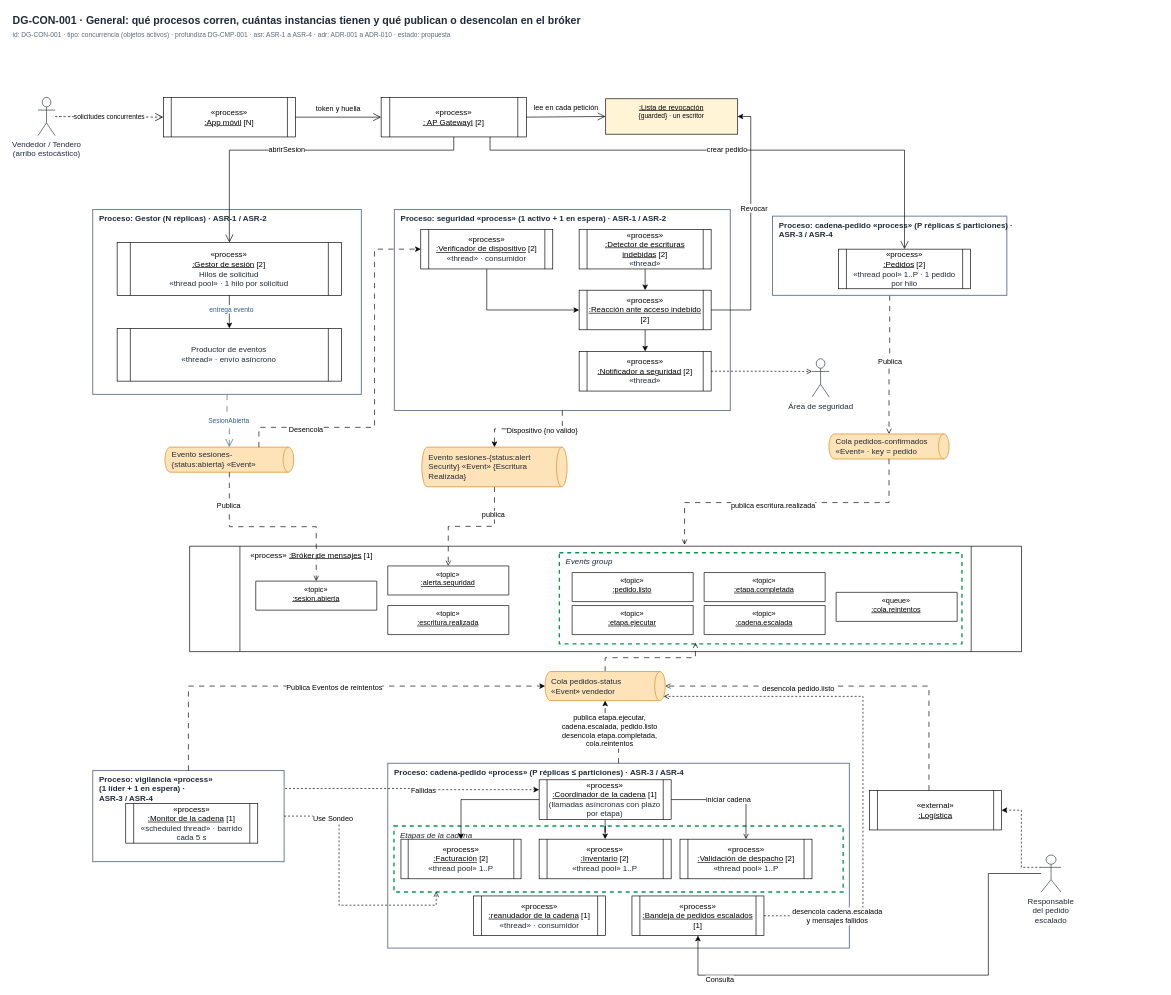
Before: page "DG-CON-001-General" (1 of 3) of docs/modelos/drawio/vista-concurrencia.drawio in MATI-MBIT/arqsoft-reto-2, a draw.io diagram. Source tidied: cells renumbered, new cells numbered last; positions are measured from the earlier drawing's top-left corner, leaving out a move shared by most shapes. Both pictures are drawn from the tidied source at 66%, with x=0, y=0 at pixel (11, 11).
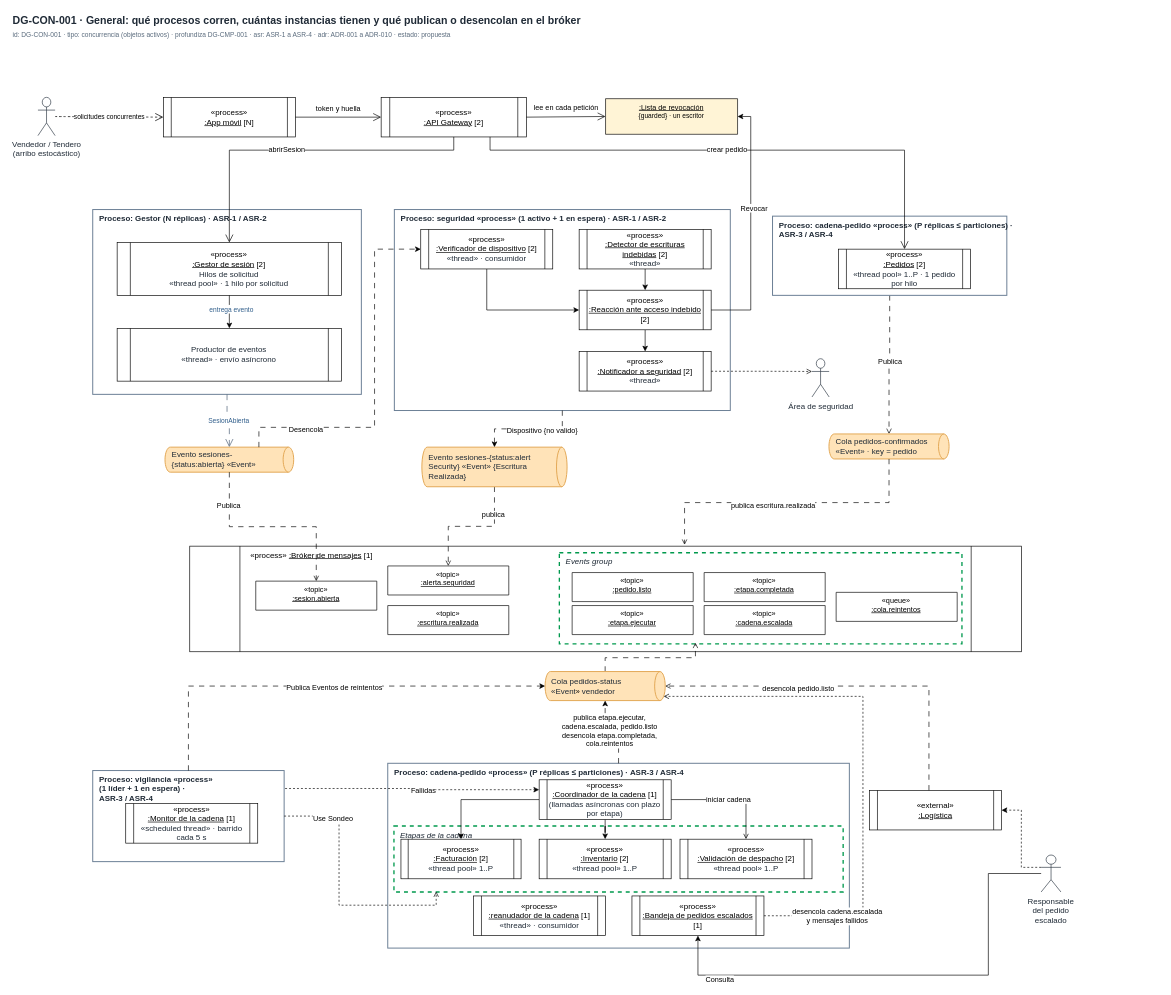
The same diagram, later.

Commit message (it also covers changes not shown here):
Alinea las vistas con el renombre a API Gateway

The edit, as a diff of the source:
```diff
@@
-    <mxCell id="22" value="«process»&lt;br&gt;&lt;u&gt;: AP GatewayI&lt;/u&gt; [2]" style="shape=process;whiteSpace=wrap;html=1;backgroundOutline=1;size=0.06;fillColor=#FFFFFF;strokeColor=#000000;fontSize=12;" parent="1" vertex="1">
+    <mxCell id="22" value="«process»&lt;br&gt;&lt;u&gt;:API Gateway&lt;/u&gt; [2]" style="shape=process;whiteSpace=wrap;html=1;backgroundOutline=1;size=0.06;fillColor=#FFFFFF;strokeColor=#000000;fontSize=12;" parent="1" vertex="1">
       <mxGeometry x="560" y="130" width="220" height="60" as="geometry" />
     </mxCell>
```
